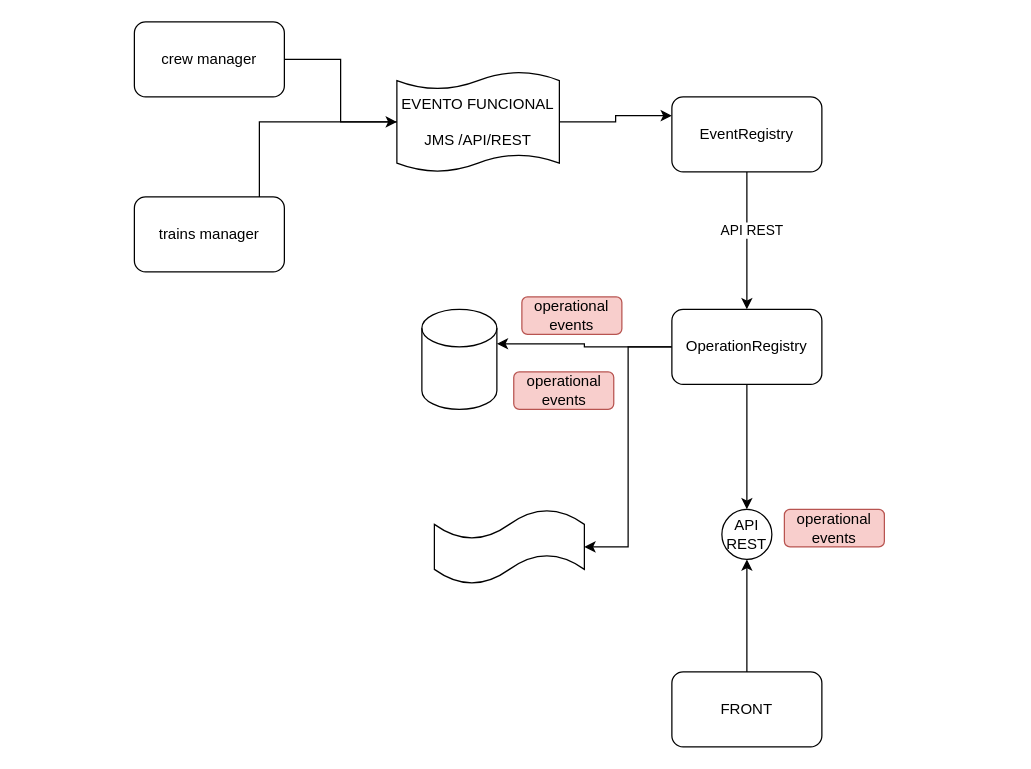
jeongon/DIAGRAMAS_TMS keeps this draw.io diagram as page "Página-23" (23 of 23) of TMS_FEC_SIEMENS.drawio. Above is the earlier version. Source tidied: cells renumbered, new cells numbered last; positions are measured from the earlier drawing's top-left corner, leaving out a move shared by most shapes. Both pictures are drawn from the tidied source at 125%, with x=0, y=0 at pixel (134, 21).
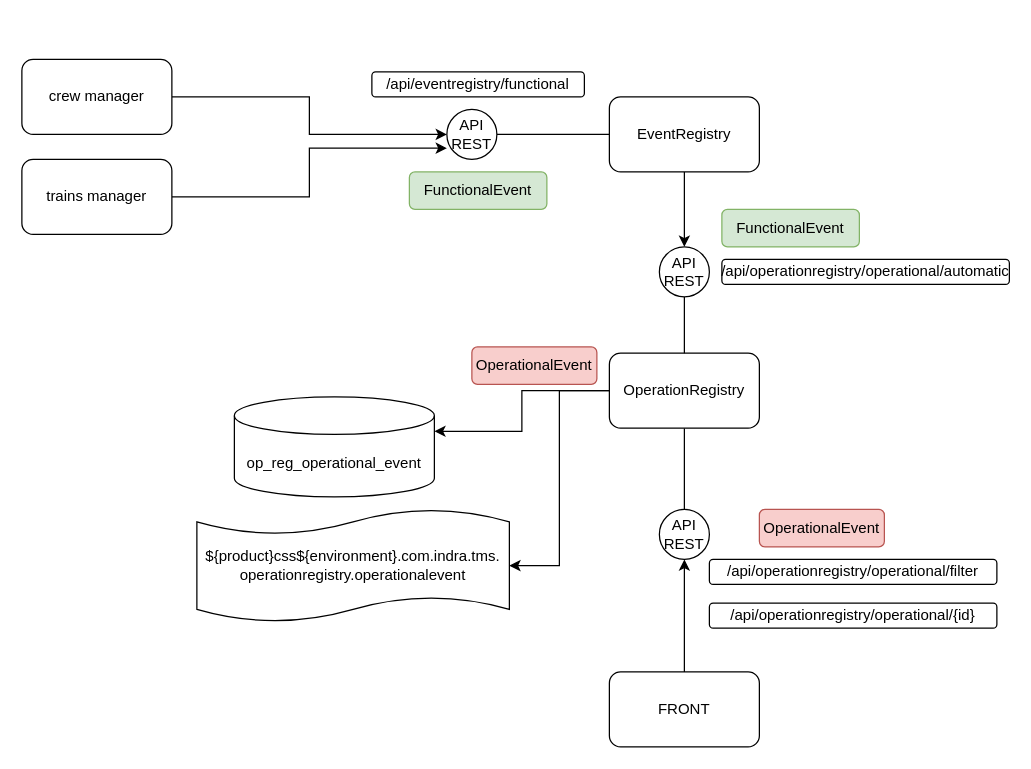
The same diagram, later.

The edit, as a diff of the source:
```diff
@@
-    <mxCell id="2" style="edgeStyle=orthogonalEdgeStyle;rounded=0;jettySize=auto;html=1;entryX=0;entryY=0.5;entryDx=0;entryDy=0;entryPerimeter=0;" parent="1" edge="1" source="3" target="7">
-      <mxGeometry relative="1" as="geometry" />
-    </mxCell>
+    <mxCell id="23" style="edgeStyle=orthogonalEdgeStyle;rounded=0;jettySize=auto;html=1;entryX=0;entryY=0.5;entryDx=0;entryDy=0;" parent="1" edge="1" source="3" target="27">
+      <mxGeometry relative="1" as="geometry" />
+    </mxCell>
     <mxCell id="3" value="crew manager" style="rounded=1;whiteSpace=wrap;html=1;" parent="1" vertex="1">
-      <mxGeometry width="120" height="60" as="geometry" />
+      <mxGeometry x="-90" y="30" width="120" height="60" as="geometry" />
     </mxCell>
-    <mxCell id="4" style="edgeStyle=orthogonalEdgeStyle;rounded=0;orthogonalLoop=1;jettySize=auto;html=1;entryX=0;entryY=0.5;entryDx=0;entryDy=0;entryPerimeter=0;" parent="1" edge="1">
-      <mxGeometry relative="1" as="geometry">
-        <mxPoint x="100" y="140" as="sourcePoint" />
-        <mxPoint x="260" y="80" as="targetPoint" />
-        <Array as="points">
-          <mxPoint x="100" y="80" />
-          <mxPoint x="251" y="80" />
-          <mxPoint x="251" y="90" />
-        </Array>
-      </mxGeometry>
-    </mxCell>
+    <mxCell id="24" style="edgeStyle=orthogonalEdgeStyle;rounded=0;jettySize=auto;html=1;entryX=0;entryY=0.775;entryDx=0;entryDy=0;entryPerimeter=0;" parent="1" edge="1" source="5" target="27">
+      <mxGeometry relative="1" as="geometry" />
+    </mxCell>
     <mxCell id="5" value="trains manager" style="rounded=1;whiteSpace=wrap;html=1;" parent="1" vertex="1">
-      <mxGeometry y="140" width="120" height="60" as="geometry" />
+      <mxGeometry x="-90" y="110" width="120" height="60" as="geometry" />
     </mxCell>
-    <mxCell id="6" style="edgeStyle=orthogonalEdgeStyle;rounded=0;jettySize=auto;html=1;entryX=0;entryY=0.25;entryDx=0;entryDy=0;" parent="1" edge="1" source="7" target="10">
-      <mxGeometry relative="1" as="geometry" />
-    </mxCell>
-    <mxCell id="7" value="EVENTO FUNCIONAL&lt;br&gt;&lt;br&gt;JMS /API/REST" style="shape=tape;whiteSpace=wrap;html=1;size=0.17391304347826086;" parent="1" vertex="1">
-      <mxGeometry x="210" y="40" width="130" height="80" as="geometry" />
-    </mxCell>
-    <mxCell id="8" style="edgeStyle=orthogonalEdgeStyle;rounded=0;jettySize=auto;html=1;" parent="1" edge="1" source="10" target="14">
-      <mxGeometry relative="1" as="geometry" />
-    </mxCell>
-    <mxCell id="9" value="API REST" style="edgeLabel;html=1;align=center;verticalAlign=middle;" parent="8" vertex="1">
-      <mxGeometry x="-0.16" y="3" relative="1" as="geometry" />
-    </mxCell>
+    <mxCell id="25" style="edgeStyle=orthogonalEdgeStyle;rounded=0;jettySize=auto;html=1;entryX=1;entryY=0.5;entryDx=0;entryDy=0;strokeColor=default;endArrow=none;endFill=0;" parent="1" edge="1" source="10" target="27">
+      <mxGeometry relative="1" as="geometry" />
+    </mxCell>
+    <mxCell id="26" style="edgeStyle=orthogonalEdgeStyle;rounded=0;jettySize=auto;html=1;entryX=0.5;entryY=0;entryDx=0;entryDy=0;" parent="1" edge="1" source="10" target="31">
+      <mxGeometry relative="1" as="geometry" />
+    </mxCell>
     <mxCell id="10" value="EventRegistry" style="rounded=1;whiteSpace=wrap;html=1;" parent="1" vertex="1">
-      <mxGeometry x="430" y="60" width="120" height="60" as="geometry" />
+      <mxGeometry x="380" y="60" width="120" height="60" as="geometry" />
     </mxCell>
@@
-    <mxCell id="12" style="edgeStyle=orthogonalEdgeStyle;rounded=0;jettySize=auto;html=1;entryX=0.5;entryY=0;entryDx=0;entryDy=0;" parent="1" edge="1" source="14" target="17">
+    <mxCell id="12" style="edgeStyle=orthogonalEdgeStyle;rounded=0;jettySize=auto;html=1;entryX=0.5;entryY=0;entryDx=0;entryDy=0;strokeColor=default;endArrow=none;endFill=0;" parent="1" edge="1" source="14" target="17">
       <mxGeometry relative="1" as="geometry" />
     </mxCell>
@@
     <mxCell id="14" value="OperationRegistry" style="rounded=1;whiteSpace=wrap;html=1;" parent="1" vertex="1">
-      <mxGeometry x="430" y="230" width="120" height="60" as="geometry" />
+      <mxGeometry x="380" y="265" width="120" height="60" as="geometry" />
     </mxCell>
-    <mxCell id="15" style="shape=cylinder3;whiteSpace=wrap;html=1;boundedLbl=1;backgroundOutline=1;size=15;" parent="1" vertex="1">
-      <mxGeometry x="230" y="230" width="60" height="80" as="geometry" />
+    <mxCell id="15" value="op_reg_operational_event" style="shape=cylinder3;whiteSpace=wrap;html=1;boundedLbl=1;backgroundOutline=1;size=15;" parent="1" vertex="1">
+      <mxGeometry x="80" y="300" width="160" height="80" as="geometry" />
     </mxCell>
-    <mxCell id="16" style="shape=tape;whiteSpace=wrap;html=1;" parent="1" vertex="1">
-      <mxGeometry x="240" y="390" width="120" height="60" as="geometry" />
+    <mxCell id="16" value="${product}css${environment}.com.indra.tms.&lt;br&gt;operationregistry.operationalevent" style="shape=tape;whiteSpace=wrap;html=1;size=0.2222222222222222;" parent="1" vertex="1">
+      <mxGeometry x="50" y="390" width="250" height="90" as="geometry" />
     </mxCell>
     <mxCell id="17" value="API REST" style="ellipse;whiteSpace=wrap;html=1;" parent="1" vertex="1">
-      <mxGeometry x="470" y="390" width="40" height="40" as="geometry" />
+      <mxGeometry x="420" y="390" width="40" height="40" as="geometry" />
     </mxCell>
     <mxCell id="18" style="edgeStyle=orthogonalEdgeStyle;rounded=0;jettySize=auto;html=1;" parent="1" edge="1" source="19" target="17">
-      <mxGeometry relative="1" as="geometry" />
+      <mxGeometry relative="1" as="geometry">
+        <Array as="points">
+          <mxPoint x="440" y="510" />
+          <mxPoint x="440" y="510" />
+        </Array>
+      </mxGeometry>
     </mxCell>
     <mxCell id="19" value="FRONT" style="rounded=1;whiteSpace=wrap;html=1;" parent="1" vertex="1">
-      <mxGeometry x="430" y="520" width="120" height="60" as="geometry" />
+      <mxGeometry x="380" y="520" width="120" height="60" as="geometry" />
     </mxCell>
-    <mxCell id="20" value="operational events" style="rounded=1;whiteSpace=wrap;html=1;fillColor=#f8cecc;strokeColor=#b85450;" parent="1" vertex="1">
-      <mxGeometry x="310" y="220" width="80" height="30" as="geometry" />
-    </mxCell>
-    <mxCell id="21" value="operational events" style="rounded=1;whiteSpace=wrap;html=1;fillColor=#f8cecc;strokeColor=#b85450;" parent="1" vertex="1">
-      <mxGeometry x="303.5" y="280" width="80" height="30" as="geometry" />
-    </mxCell>
-    <mxCell id="22" value="operational events" style="rounded=1;whiteSpace=wrap;html=1;fillColor=#f8cecc;strokeColor=#b85450;" parent="1" vertex="1">
-      <mxGeometry x="520" y="390" width="80" height="30" as="geometry" />
+    <mxCell id="22" value="OperationalEvent" style="rounded=1;whiteSpace=wrap;html=1;fillColor=#f8cecc;strokeColor=#b85450;" parent="1" vertex="1">
+      <mxGeometry x="500" y="390" width="100" height="30" as="geometry" />
     </mxCell>
+    <mxCell id="27" value="API REST" style="ellipse;whiteSpace=wrap;html=1;" parent="1" vertex="1">
+      <mxGeometry x="250" y="70" width="40" height="40" as="geometry" />
+    </mxCell>
+    <mxCell id="28" value="/api/eventregistry/functional" style="rounded=1;whiteSpace=wrap;html=1;" parent="1" vertex="1">
+      <mxGeometry x="190" y="40" width="170" height="20" as="geometry" />
+    </mxCell>
+    <mxCell id="29" value="FunctionalEvent" style="rounded=1;whiteSpace=wrap;html=1;fillColor=#d5e8d4;strokeColor=#82b366;" parent="1" vertex="1">
+      <mxGeometry x="220" y="120" width="110" height="30" as="geometry" />
+    </mxCell>
+    <mxCell id="30" value="/api/operationregistry/operational/automatic" style="rounded=1;whiteSpace=wrap;html=1;" parent="1" vertex="1">
+      <mxGeometry x="470" y="190" width="230" height="20" as="geometry" />
+    </mxCell>
+    <mxCell id="31" value="API REST" style="ellipse;whiteSpace=wrap;html=1;" parent="1" vertex="1">
+      <mxGeometry x="420" y="180" width="40" height="40" as="geometry" />
+    </mxCell>
+    <mxCell id="32" style="edgeStyle=orthogonalEdgeStyle;rounded=0;jettySize=auto;html=1;strokeColor=default;endArrow=none;endFill=0;exitX=0.5;exitY=1;exitDx=0;exitDy=0;entryX=0.5;entryY=0;entryDx=0;entryDy=0;" parent="1" edge="1" source="31" target="14">
+      <mxGeometry relative="1" as="geometry" />
+    </mxCell>
+    <mxCell id="33" value="FunctionalEvent" style="rounded=1;whiteSpace=wrap;html=1;fillColor=#d5e8d4;strokeColor=#82b366;" parent="1" vertex="1">
+      <mxGeometry x="470" y="150" width="110" height="30" as="geometry" />
+    </mxCell>
+    <mxCell id="34" value="/api/operationregistry/operational/filter" style="rounded=1;whiteSpace=wrap;html=1;" parent="1" vertex="1">
+      <mxGeometry x="460" y="430" width="230" height="20" as="geometry" />
+    </mxCell>
+    <mxCell id="35" value="/api/operationregistry/operational/{id}" style="rounded=1;whiteSpace=wrap;html=1;" parent="1" vertex="1">
+      <mxGeometry x="460" y="465" width="230" height="20" as="geometry" />
+    </mxCell>
+    <mxCell id="36" value="OperationalEvent" style="rounded=1;whiteSpace=wrap;html=1;fillColor=#f8cecc;strokeColor=#b85450;" parent="1" vertex="1">
+      <mxGeometry x="270" y="260" width="100" height="30" as="geometry" />
+    </mxCell>
```
